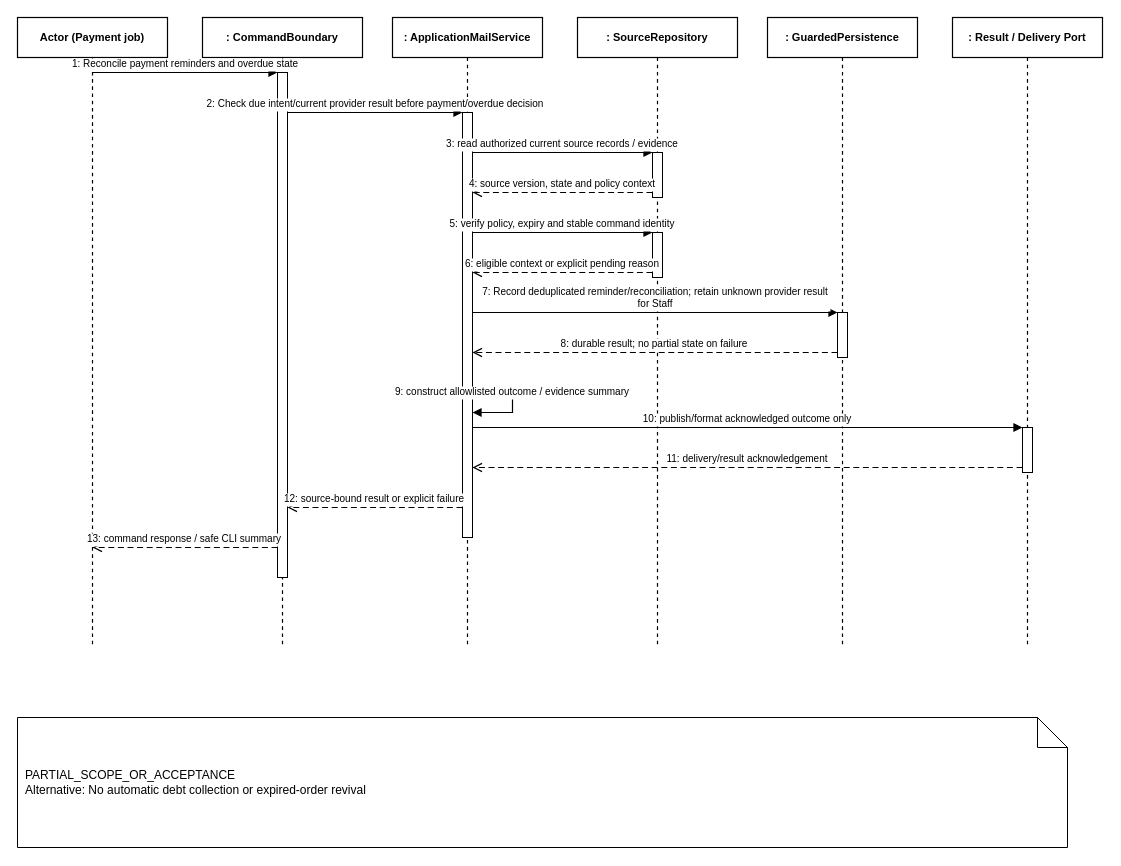
This is doc/reports/report4/sequence/job-03.drawio from ngocthanhhx7/SEP490_G101_FALL2026, a draw.io file, before an edit. Source tidied: cells renumbered, new cells numbered last; positions are measured from the earlier drawing's top-left corner, leaving out a move shared by most shapes. Both pictures are drawn from the tidied source at 100%, with x=0, y=0 at pixel (17, 17).
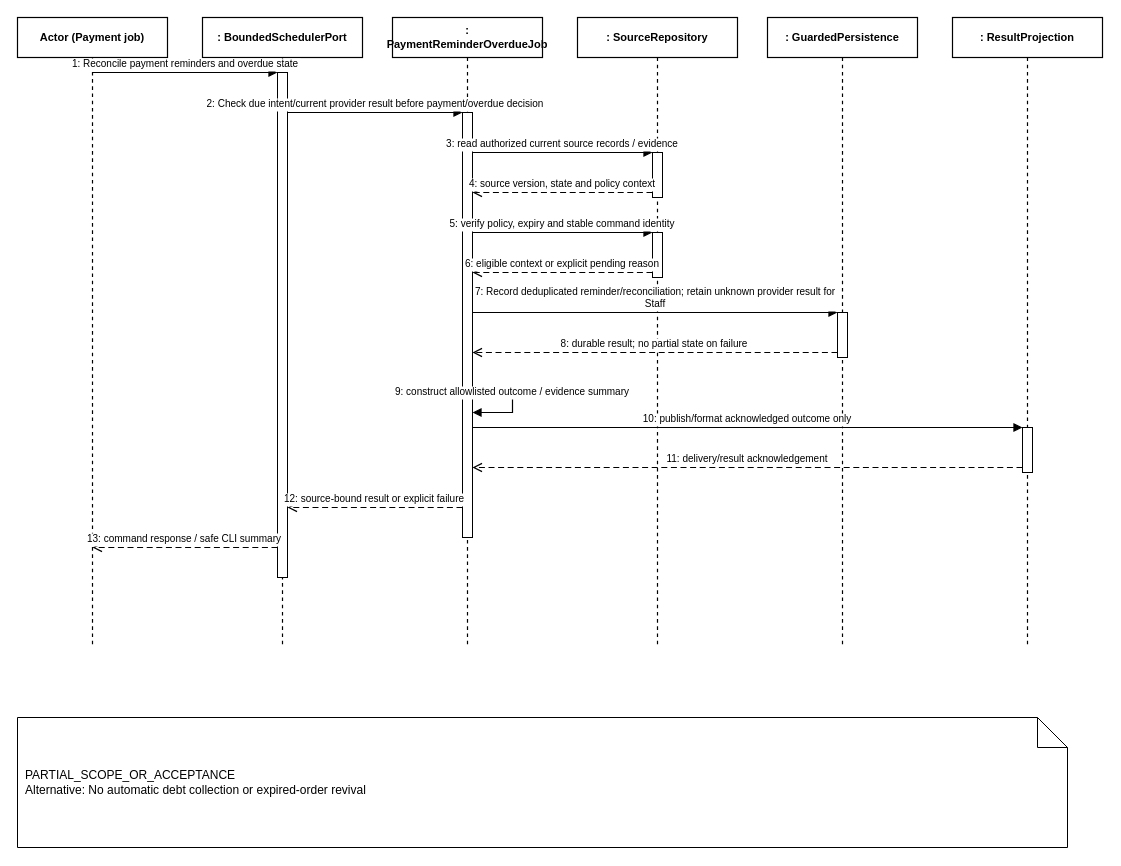
The same diagram, later.

Change to the diagram source:
```diff
@@
-    <mxCell id="3" value=": CommandBoundary" style="shape=umlLifeline;perimeter=lifelinePerimeter;whiteSpace=wrap;html=0;size=40;fillColor=#FFFFFF;strokeColor=#000000;strokeWidth=1.2;fontStyle=1;fontSize=11;align=center;" parent="1" vertex="1">
+    <mxCell id="3" value=": BoundedSchedulerPort" style="shape=umlLifeline;perimeter=lifelinePerimeter;whiteSpace=wrap;html=0;size=40;fillColor=#FFFFFF;strokeColor=#000000;strokeWidth=1.2;fontStyle=1;fontSize=11;align=center;" parent="1" vertex="1">
       <mxGeometry x="185" width="160" height="630" as="geometry" />
     </mxCell>
-    <mxCell id="4" value=": ApplicationMailService" style="shape=umlLifeline;perimeter=lifelinePerimeter;whiteSpace=wrap;html=0;size=40;fillColor=#FFFFFF;strokeColor=#000000;strokeWidth=1.2;fontStyle=1;fontSize=11;align=center;" parent="1" vertex="1">
+    <mxCell id="4" value=": PaymentReminderOverdueJob" style="shape=umlLifeline;perimeter=lifelinePerimeter;whiteSpace=wrap;html=0;size=40;fillColor=#FFFFFF;strokeColor=#000000;strokeWidth=1.2;fontStyle=1;fontSize=11;align=center;" parent="1" vertex="1">
       <mxGeometry x="375" width="150" height="630" as="geometry" />
     </mxCell>
@@
-    <mxCell id="7" value=": Result / Delivery Port" style="shape=umlLifeline;perimeter=lifelinePerimeter;whiteSpace=wrap;html=0;size=40;fillColor=#FFFFFF;strokeColor=#000000;strokeWidth=1.2;fontStyle=1;fontSize=11;align=center;" parent="1" vertex="1">
+    <mxCell id="7" value=": ResultProjection" style="shape=umlLifeline;perimeter=lifelinePerimeter;whiteSpace=wrap;html=0;size=40;fillColor=#FFFFFF;strokeColor=#000000;strokeWidth=1.2;fontStyle=1;fontSize=11;align=center;" parent="1" vertex="1">
       <mxGeometry x="935" width="150" height="630" as="geometry" />
     </mxCell>
@@
-    <mxCell id="20" value="7: Record deduplicated reminder/reconciliation; retain unknown provider result&#10;for Staff" style="html=0;verticalAlign=bottom;endArrow=block;endFill=1;strokeColor=#000000;strokeWidth=1.2;fontSize=10;fontColor=#000000;edgeStyle=orthogonalEdgeStyle;rounded=0;" parent="1" edge="1">
+    <mxCell id="20" value="7: Record deduplicated reminder/reconciliation; retain unknown provider result for&#10;Staff" style="html=0;verticalAlign=bottom;endArrow=block;endFill=1;strokeColor=#000000;strokeWidth=1.2;fontSize=10;fontColor=#000000;edgeStyle=orthogonalEdgeStyle;rounded=0;" parent="1" edge="1">
       <mxGeometry relative="1" as="geometry">
         <mxPoint x="455" y="295" as="sourcePoint" />
         <mxPoint x="820" y="295" as="targetPoint" />
       </mxGeometry>
     </mxCell>
```
